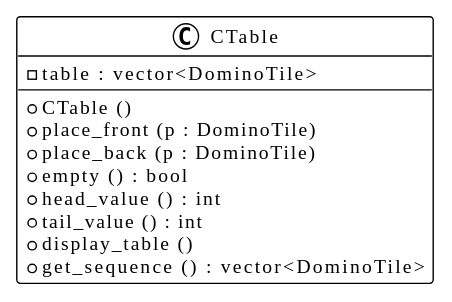
Earlier version of the PlantUML export puml/CTable.svg (CalculatePointing717/CSCI300-Combo1).
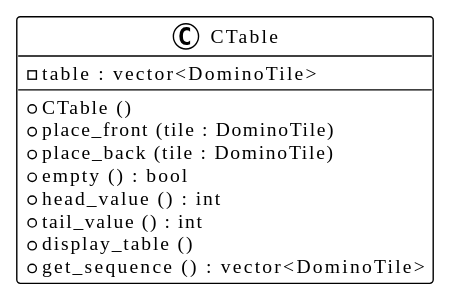
After the commit.

Change to the diagram source:
```diff
@@ -4,8 +4,8 @@
 class CTable
 {
     + CTable ()
-    + place_front (p : DominoTile)
-    + place_back (p : DominoTile)
+    + place_front (tile : DominoTile)
+    + place_back (tile : DominoTile)
     + empty () : bool
     + head_value () : int
     + tail_value () : int
```
